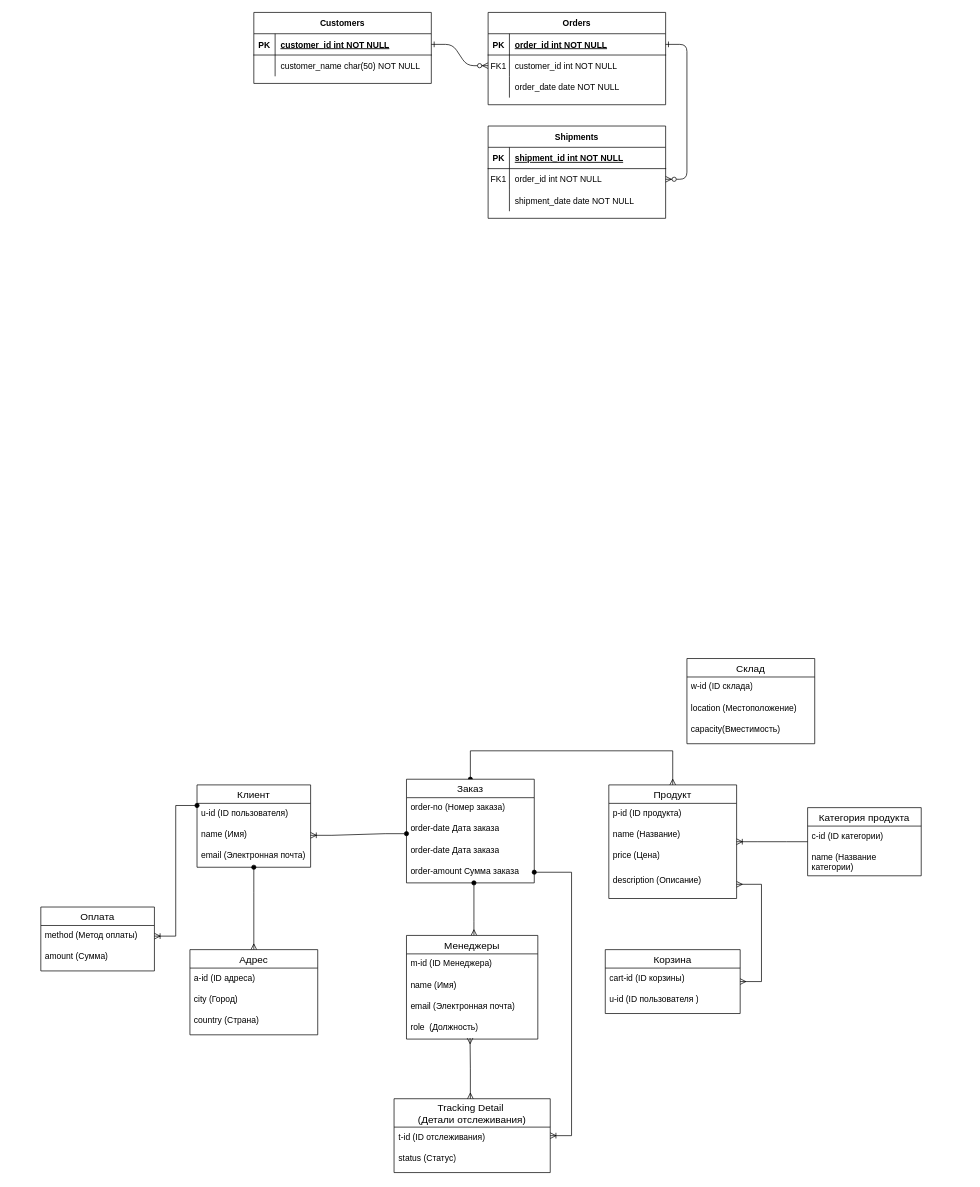
The draw.io diagram obos_6th.drawio in mati-tech/draw.io, before the edit. Source tidied: cells renumbered, new cells numbered last; positions are measured from the earlier drawing's top-left corner, leaving out a move shared by most shapes. Both pictures are drawn from the tidied source at 71%, with x=0, y=0 at pixel (40, 12).
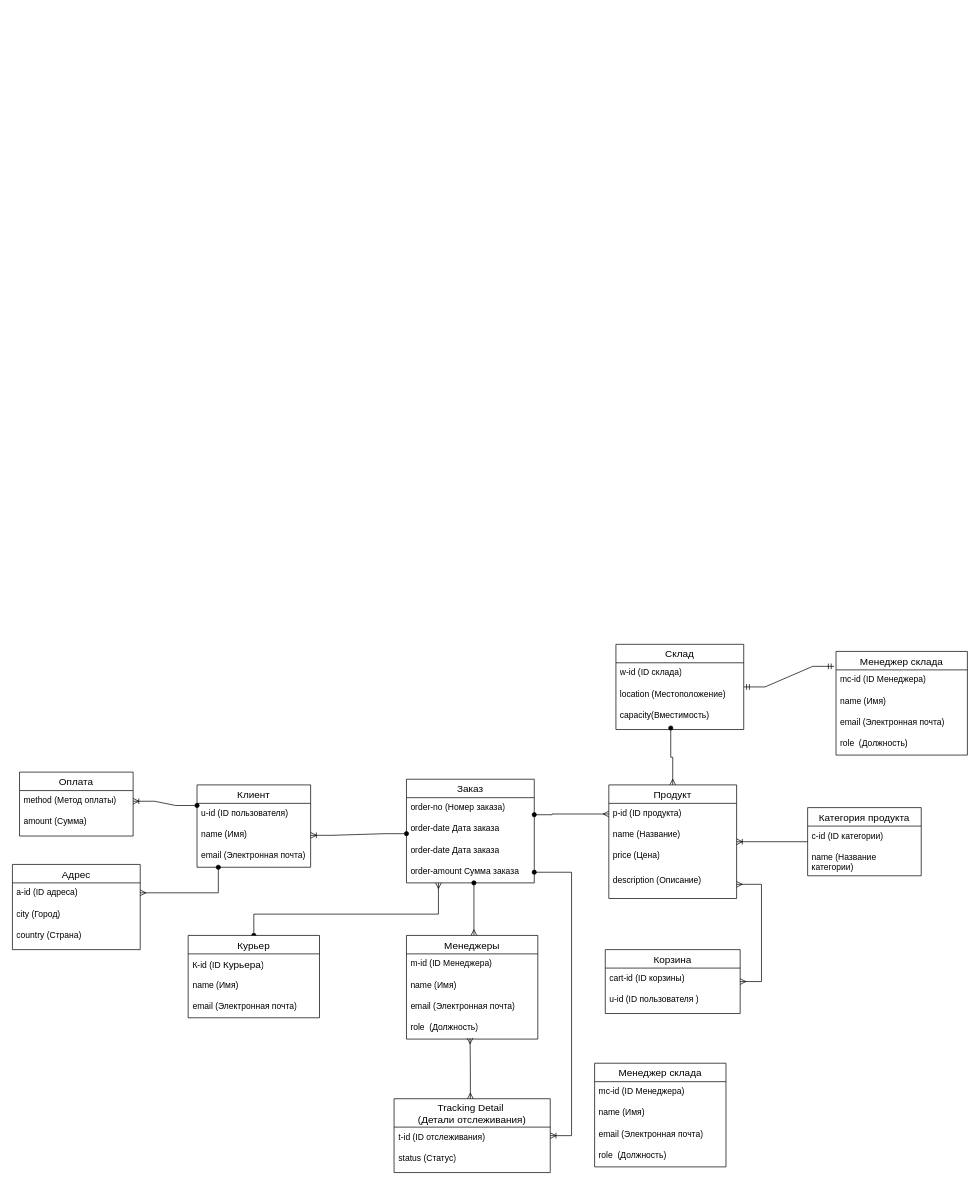
The same page after the edit.

The change refers to these unchanged cells:
```xml
<mxCell id="34" value="email (Электронная почта)&lt;div&gt;&lt;br&gt;&lt;/div&gt;" style="text;strokeColor=none;fillColor=none;spacingLeft=4;spacingRight=4;overflow=hidden;points=[[0,0.5],[1,0.5]];portConstraint=eastwest;fontSize=12;whiteSpace=wrap;html=1;" parent="31" vertex="1">
  <mxGeometry y="86" width="160" height="30" as="geometry" />
</mxCell>
<mxCell id="36" value="Заказ" style="swimlane;fontStyle=0;horizontal=1;startSize=26;align=center;fontSize=14;" parent="1" vertex="1">
  <mxGeometry x="515" y="1080" width="180" height="146" as="geometry" />
</mxCell>
<mxCell id="40" value="order-amount&amp;nbsp;&lt;span style=&quot;background-color: initial;&quot;&gt;Сумма заказа&lt;/span&gt;&lt;div&gt;&lt;span style=&quot;background-color: initial;&quot;&gt;&lt;br&gt;&lt;/span&gt;&lt;/div&gt;" style="text;strokeColor=none;fillColor=none;spacingLeft=4;spacingRight=4;overflow=hidden;points=[[0,0.5],[1,0.5]];portConstraint=eastwest;fontSize=12;whiteSpace=wrap;html=1;" parent="36" vertex="1">
  <mxGeometry y="116" width="180" height="30" as="geometry" />
</mxCell>
<mxCell id="41" value="Продукт" style="swimlane;fontStyle=0;horizontal=1;startSize=26;align=center;fontSize=14;" parent="1" vertex="1">
  <mxGeometry x="800" y="1088" width="180" height="160" as="geometry" />
</mxCell>
<mxCell id="42" value="p-id (&lt;span style=&quot;background-color: initial;&quot;&gt;ID продукта)&lt;/span&gt;&lt;div&gt;&lt;br&gt;&lt;div&gt;&lt;span style=&quot;background-color: initial;&quot;&gt;&lt;br&gt;&lt;/span&gt;&lt;/div&gt;&lt;/div&gt;" style="text;strokeColor=none;fillColor=none;spacingLeft=4;spacingRight=4;overflow=hidden;points=[[0,0.5],[1,0.5]];portConstraint=eastwest;fontSize=12;whiteSpace=wrap;html=1;" parent="41" vertex="1">
  <mxGeometry y="26" width="180" height="30" as="geometry" />
</mxCell>
<mxCell id="78" value="capacity(Вместимость)&lt;div&gt;&lt;span style=&quot;background-color: initial;&quot;&gt;&lt;br&gt;&lt;/span&gt;&lt;/div&gt;" style="text;strokeColor=none;fillColor=none;spacingLeft=4;spacingRight=4;overflow=hidden;points=[[0,0.5],[1,0.5]];portConstraint=eastwest;fontSize=12;whiteSpace=wrap;html=1;" parent="75" vertex="1">
  <mxGeometry y="86" width="180" height="34" as="geometry" />
</mxCell>
```

Change to the diagram source:
```diff
@@
-    <mxCell id="2" style="edgeStyle=entityRelationEdgeStyle;endArrow=ERzeroToMany;startArrow=ERone;endFill=1;startFill=0;" parent="1" edge="1" source="25" target="8">
-      <mxGeometry relative="1" as="geometry" />
-    </mxCell>
-    <mxCell id="3" style="edgeStyle=entityRelationEdgeStyle;endArrow=ERzeroToMany;startArrow=ERone;endFill=1;startFill=0;" parent="1" edge="1" source="5" target="18">
-      <mxGeometry relative="1" as="geometry" />
-    </mxCell>
-    <mxCell id="4" value="Orders" style="shape=table;startSize=30;childLayout=tableLayout;rowLines=0;fontStyle=1;align=center;" parent="1" vertex="1">
-      <mxGeometry x="630" width="250" height="130" as="geometry" />
-    </mxCell>
-    <mxCell id="5" style="shape=partialRectangle;fillColor=none;points=[[0,0.5],[1,0.5]];portConstraint=eastwest;top=0;left=0;right=0;bottom=1;" parent="4" vertex="1">
-      <mxGeometry y="30" width="250" height="30" as="geometry" />
-    </mxCell>
-    <mxCell id="6" value="PK" style="shape=partialRectangle;overflow=hidden;fillColor=none;top=0;left=0;bottom=0;right=0;fontStyle=1;" parent="5" vertex="1">
-      <mxGeometry width="30" height="30" as="geometry" />
-    </mxCell>
-    <mxCell id="7" value="order_id int NOT NULL " style="shape=partialRectangle;overflow=hidden;fillColor=none;top=0;left=0;bottom=0;right=0;align=left;spacingLeft=6;fontStyle=5;" parent="5" vertex="1">
-      <mxGeometry x="30" width="220" height="30" as="geometry" />
-    </mxCell>
-    <mxCell id="8" style="shape=partialRectangle;fillColor=none;points=[[0,0.5],[1,0.5]];portConstraint=eastwest;top=0;left=0;right=0;bottom=0;" parent="4" vertex="1">
-      <mxGeometry y="60" width="250" height="30" as="geometry" />
-    </mxCell>
-    <mxCell id="9" value="FK1" style="shape=partialRectangle;overflow=hidden;fillColor=none;top=0;left=0;bottom=0;right=0;" parent="8" vertex="1">
-      <mxGeometry width="30" height="30" as="geometry" />
-    </mxCell>
-    <mxCell id="10" value="customer_id int NOT NULL" style="shape=partialRectangle;overflow=hidden;fillColor=none;top=0;left=0;bottom=0;right=0;align=left;spacingLeft=6;" parent="8" vertex="1">
-      <mxGeometry x="30" width="220" height="30" as="geometry" />
-    </mxCell>
-    <mxCell id="11" style="shape=partialRectangle;fillColor=none;top=0;left=0;right=0;bottom=0;" parent="4" vertex="1">
-      <mxGeometry y="90" width="250" height="30" as="geometry" />
-    </mxCell>
-    <mxCell id="12" style="shape=partialRectangle;overflow=hidden;fillColor=none;top=0;left=0;bottom=0;right=0;" parent="11" vertex="1">
-      <mxGeometry width="30" height="30" as="geometry" />
-    </mxCell>
-    <mxCell id="13" value="order_date date NOT NULL" style="shape=partialRectangle;overflow=hidden;fillColor=none;top=0;left=0;bottom=0;right=0;align=left;spacingLeft=6;" parent="11" vertex="1">
-      <mxGeometry x="30" width="220" height="30" as="geometry" />
-    </mxCell>
-    <mxCell id="14" value="Shipments" style="shape=table;startSize=30;childLayout=tableLayout;rowLines=0;fontStyle=1;align=center;" parent="1" vertex="1">
-      <mxGeometry x="630" y="160" width="250" height="130" as="geometry" />
-    </mxCell>
-    <mxCell id="15" style="shape=partialRectangle;fillColor=none;top=0;left=0;right=0;bottom=1;" parent="14" vertex="1">
-      <mxGeometry y="30" width="250" height="30" as="geometry" />
-    </mxCell>
-    <mxCell id="16" value="PK" style="shape=partialRectangle;overflow=hidden;fillColor=none;top=0;left=0;bottom=0;right=0;fontStyle=1;" parent="15" vertex="1">
-      <mxGeometry width="30" height="30" as="geometry" />
-    </mxCell>
-    <mxCell id="17" value="shipment_id int NOT NULL " style="shape=partialRectangle;overflow=hidden;fillColor=none;top=0;left=0;bottom=0;right=0;align=left;spacingLeft=6;fontStyle=5;" parent="15" vertex="1">
-      <mxGeometry x="30" width="220" height="30" as="geometry" />
-    </mxCell>
-    <mxCell id="18" style="shape=partialRectangle;fillColor=none;points=[[0,0.5],[1,0.5]];portConstraint=eastwest;top=0;left=0;right=0;bottom=0;" parent="14" vertex="1">
-      <mxGeometry y="60" width="250" height="30" as="geometry" />
-    </mxCell>
-    <mxCell id="19" value="FK1" style="shape=partialRectangle;overflow=hidden;fillColor=none;top=0;left=0;bottom=0;right=0;" parent="18" vertex="1">
-      <mxGeometry width="30" height="30" as="geometry" />
-    </mxCell>
-    <mxCell id="20" value="order_id int NOT NULL" style="shape=partialRectangle;overflow=hidden;fillColor=none;top=0;left=0;bottom=0;right=0;align=left;spacingLeft=6;" parent="18" vertex="1">
-      <mxGeometry x="30" width="220" height="30" as="geometry" />
-    </mxCell>
-    <mxCell id="21" style="shape=partialRectangle;fillColor=none;top=0;left=0;right=0;bottom=0;" parent="14" vertex="1">
-      <mxGeometry y="90" width="250" height="30" as="geometry" />
-    </mxCell>
-    <mxCell id="22" style="shape=partialRectangle;overflow=hidden;fillColor=none;top=0;left=0;bottom=0;right=0;" parent="21" vertex="1">
-      <mxGeometry width="30" height="30" as="geometry" />
-    </mxCell>
-    <mxCell id="23" value="shipment_date date NOT NULL" style="shape=partialRectangle;overflow=hidden;fillColor=none;top=0;left=0;bottom=0;right=0;align=left;spacingLeft=6;" parent="21" vertex="1">
-      <mxGeometry x="30" width="220" height="30" as="geometry" />
-    </mxCell>
-    <mxCell id="24" value="Customers" style="shape=table;startSize=30;childLayout=tableLayout;rowLines=0;fontStyle=1;align=center;" parent="1" vertex="1">
-      <mxGeometry x="300" width="250" height="100" as="geometry" />
-    </mxCell>
-    <mxCell id="25" style="shape=partialRectangle;fillColor=none;points=[[0,0.5],[1,0.5]];portConstraint=eastwest;top=0;left=0;right=0;bottom=1;" parent="24" vertex="1">
-      <mxGeometry y="30" width="250" height="30" as="geometry" />
-    </mxCell>
-    <mxCell id="26" value="PK" style="shape=partialRectangle;overflow=hidden;fillColor=none;top=0;left=0;bottom=0;right=0;fontStyle=1;" parent="25" vertex="1">
-      <mxGeometry width="30" height="30" as="geometry" />
-    </mxCell>
-    <mxCell id="27" value="customer_id int NOT NULL " style="shape=partialRectangle;overflow=hidden;fillColor=none;top=0;left=0;bottom=0;right=0;align=left;spacingLeft=6;fontStyle=5;" parent="25" vertex="1">
-      <mxGeometry x="30" width="220" height="30" as="geometry" />
-    </mxCell>
-    <mxCell id="28" style="shape=partialRectangle;fillColor=none;top=0;left=0;right=0;bottom=0;" parent="24" vertex="1">
-      <mxGeometry y="60" width="250" height="30" as="geometry" />
-    </mxCell>
-    <mxCell id="29" style="shape=partialRectangle;overflow=hidden;fillColor=none;top=0;left=0;bottom=0;right=0;" parent="28" vertex="1">
-      <mxGeometry width="30" height="30" as="geometry" />
-    </mxCell>
-    <mxCell id="30" value="customer_name char(50) NOT NULL" style="shape=partialRectangle;overflow=hidden;fillColor=none;top=0;left=0;bottom=0;right=0;align=left;spacingLeft=6;" parent="28" vertex="1">
-      <mxGeometry x="30" width="220" height="30" as="geometry" />
-    </mxCell>
@@
-    <mxCell id="35" style="edgeStyle=orthogonalEdgeStyle;rounded=0;jettySize=auto;html=1;entryX=0.5;entryY=0;entryDx=0;entryDy=0;startArrow=oval;startFill=1;endArrow=ERmany;endFill=0;" parent="1" edge="1" source="36" target="41">
+    <mxCell id="35" style="edgeStyle=orthogonalEdgeStyle;rounded=0;jettySize=auto;html=1;entryX=0;entryY=0.5;entryDx=0;entryDy=0;startArrow=oval;startFill=1;endArrow=ERmany;endFill=0;" parent="1" edge="1" source="36" target="42">
       <mxGeometry relative="1" as="geometry">
         <Array as="points">
-          <mxPoint x="605" y="1040" />
-          <mxPoint x="890" y="1040" />
+          <mxPoint x="720" y="1130" />
         </Array>
       </mxGeometry>
     </mxCell>
@@
     <mxCell id="49" value="Оплата" style="swimlane;fontStyle=0;horizontal=1;startSize=26;align=center;fontSize=14;" parent="1" vertex="1">
-      <mxGeometry y="1260" width="160" height="90" as="geometry" />
+      <mxGeometry x="-30" y="1070" width="160" height="90" as="geometry" />
     </mxCell>
@@
     <mxCell id="52" style="edgeStyle=orthogonalEdgeStyle;rounded=0;jettySize=auto;html=1;startArrow=ERmany;startFill=0;endArrow=oval;endFill=1;" parent="1" edge="1" source="53" target="34">
       <mxGeometry relative="1" as="geometry">
         <Array as="points">
-          <mxPoint x="300" y="1240" />
-          <mxPoint x="300" y="1240" />
+          <mxPoint x="250" y="1240" />
         </Array>
       </mxGeometry>
     </mxCell>
     <mxCell id="53" value="Адрес" style="swimlane;fontStyle=0;horizontal=1;startSize=26;align=center;fontSize=14;" parent="1" vertex="1">
-      <mxGeometry x="210" y="1320" width="180" height="120" as="geometry" />
+      <mxGeometry x="-40" y="1200" width="180" height="120" as="geometry" />
     </mxCell>
@@
     <mxCell id="75" value="Склад " style="swimlane;fontStyle=0;horizontal=1;startSize=26;align=center;fontSize=14;" parent="1" vertex="1">
-      <mxGeometry x="910" y="910" width="180" height="120" as="geometry" />
+      <mxGeometry x="810" y="890" width="180" height="120" as="geometry" />
     </mxCell>
@@
+    <mxCell id="79" value="Менеджер склада" style="swimlane;fontStyle=0;horizontal=1;startSize=26;align=center;fontSize=14;" parent="1" vertex="1">
+      <mxGeometry x="1120" y="900" width="185" height="146" as="geometry" />
+    </mxCell>
+    <mxCell id="80" value="mс-id (&lt;span style=&quot;background-color: initial;&quot;&gt;ID Менеджера&lt;/span&gt;&lt;span style=&quot;background-color: initial;&quot;&gt;)&lt;/span&gt;&lt;div&gt;&lt;div&gt;&lt;br&gt;&lt;div&gt;&lt;span style=&quot;background-color: initial;&quot;&gt;&lt;br&gt;&lt;/span&gt;&lt;/div&gt;&lt;/div&gt;&lt;/div&gt;" style="text;strokeColor=none;fillColor=none;spacingLeft=4;spacingRight=4;overflow=hidden;fontSize=12;whiteSpace=wrap;html=1;" parent="79" vertex="1">
+      <mxGeometry y="26" width="185" height="30" as="geometry" />
+    </mxCell>
+    <mxCell id="81" value="name (Имя)&lt;div&gt;&lt;br&gt;&lt;/div&gt;" style="text;strokeColor=none;fillColor=none;spacingLeft=4;spacingRight=4;overflow=hidden;fontSize=12;whiteSpace=wrap;html=1;" parent="79" vertex="1">
+      <mxGeometry y="56" width="185" height="30" as="geometry" />
+    </mxCell>
+    <mxCell id="82" value="email (Электронная почта)&lt;div&gt;&lt;br&gt;&lt;/div&gt;" style="text;strokeColor=none;fillColor=none;spacingLeft=4;spacingRight=4;overflow=hidden;fontSize=12;whiteSpace=wrap;html=1;" parent="79" vertex="1">
+      <mxGeometry y="86" width="185" height="30" as="geometry" />
+    </mxCell>
+    <mxCell id="83" value="role&amp;nbsp; (Должность)&lt;div&gt;&lt;br&gt;&lt;/div&gt;" style="text;strokeColor=none;fillColor=none;spacingLeft=4;spacingRight=4;overflow=hidden;fontSize=12;whiteSpace=wrap;html=1;" parent="79" vertex="1">
+      <mxGeometry y="116" width="185" height="30" as="geometry" />
+    </mxCell>
+    <mxCell id="84" style="edgeStyle=orthogonalEdgeStyle;rounded=0;jettySize=auto;html=1;entryX=0.429;entryY=0.941;entryDx=0;entryDy=0;entryPerimeter=0;endArrow=oval;endFill=1;startArrow=ERmany;startFill=0;" parent="1" edge="1" source="41" target="78">
+      <mxGeometry relative="1" as="geometry">
+        <Array as="points">
+          <mxPoint x="890" y="1049" />
+          <mxPoint x="887" y="1049" />
+        </Array>
+      </mxGeometry>
+    </mxCell>
+    <mxCell id="85" style="edgeStyle=entityRelationEdgeStyle;fontSize=12;html=1;endArrow=ERmandOne;startArrow=ERmandOne;rounded=0;entryX=-0.015;entryY=0.144;entryDx=0;entryDy=0;entryPerimeter=0;" parent="1" edge="1" source="75" target="79">
+      <mxGeometry relative="1" as="geometry" />
+    </mxCell>
+    <mxCell id="86" value="Менеджер склада" style="swimlane;fontStyle=0;horizontal=1;startSize=26;align=center;fontSize=14;" parent="1" vertex="1">
+      <mxGeometry x="780" y="1480" width="185" height="146" as="geometry" />
+    </mxCell>
+    <mxCell id="87" value="mс-id (&lt;span style=&quot;background-color: initial;&quot;&gt;ID Менеджера&lt;/span&gt;&lt;span style=&quot;background-color: initial;&quot;&gt;)&lt;/span&gt;&lt;div&gt;&lt;div&gt;&lt;br&gt;&lt;div&gt;&lt;span style=&quot;background-color: initial;&quot;&gt;&lt;br&gt;&lt;/span&gt;&lt;/div&gt;&lt;/div&gt;&lt;/div&gt;" style="text;strokeColor=none;fillColor=none;spacingLeft=4;spacingRight=4;overflow=hidden;fontSize=12;whiteSpace=wrap;html=1;" parent="86" vertex="1">
+      <mxGeometry y="26" width="185" height="30" as="geometry" />
+    </mxCell>
+    <mxCell id="88" value="name (Имя)&lt;div&gt;&lt;br&gt;&lt;/div&gt;" style="text;strokeColor=none;fillColor=none;spacingLeft=4;spacingRight=4;overflow=hidden;fontSize=12;whiteSpace=wrap;html=1;" parent="86" vertex="1">
+      <mxGeometry y="56" width="185" height="30" as="geometry" />
+    </mxCell>
+    <mxCell id="89" value="email (Электронная почта)&lt;div&gt;&lt;br&gt;&lt;/div&gt;" style="text;strokeColor=none;fillColor=none;spacingLeft=4;spacingRight=4;overflow=hidden;fontSize=12;whiteSpace=wrap;html=1;" parent="86" vertex="1">
+      <mxGeometry y="86" width="185" height="30" as="geometry" />
+    </mxCell>
+    <mxCell id="90" value="role&amp;nbsp; (Должность)&lt;div&gt;&lt;br&gt;&lt;/div&gt;" style="text;strokeColor=none;fillColor=none;spacingLeft=4;spacingRight=4;overflow=hidden;fontSize=12;whiteSpace=wrap;html=1;" parent="86" vertex="1">
+      <mxGeometry y="116" width="185" height="30" as="geometry" />
+    </mxCell>
+    <mxCell id="91" style="edgeStyle=orthogonalEdgeStyle;rounded=0;jettySize=auto;html=1;startArrow=oval;startFill=1;endArrow=ERmany;endFill=0;" parent="1" edge="1" source="92" target="40">
+      <mxGeometry relative="1" as="geometry">
+        <Array as="points">
+          <mxPoint x="300" y="1270" />
+          <mxPoint x="560" y="1270" />
+        </Array>
+      </mxGeometry>
+    </mxCell>
+    <mxCell id="92" value="Курьер" style="swimlane;fontStyle=0;horizontal=1;startSize=26;align=center;fontSize=14;" parent="1" vertex="1">
+      <mxGeometry x="207.5" y="1300" width="185" height="116" as="geometry" />
+    </mxCell>
+    <mxCell id="93" value="К-id (&lt;span style=&quot;background-color: initial;&quot;&gt;ID&amp;nbsp;&lt;/span&gt;&lt;span style=&quot;font-size: 14px; text-align: center; text-wrap-mode: nowrap;&quot;&gt;Курьера&lt;/span&gt;&lt;span style=&quot;background-color: initial;&quot;&gt;)&lt;/span&gt;&lt;div&gt;&lt;div&gt;&lt;br&gt;&lt;div&gt;&lt;span style=&quot;background-color: initial;&quot;&gt;&lt;br&gt;&lt;/span&gt;&lt;/div&gt;&lt;/div&gt;&lt;/div&gt;" style="text;strokeColor=none;fillColor=none;spacingLeft=4;spacingRight=4;overflow=hidden;fontSize=12;whiteSpace=wrap;html=1;" parent="92" vertex="1">
+      <mxGeometry y="26" width="185" height="30" as="geometry" />
+    </mxCell>
+    <mxCell id="94" value="name (Имя)&lt;div&gt;&lt;br&gt;&lt;/div&gt;" style="text;strokeColor=none;fillColor=none;spacingLeft=4;spacingRight=4;overflow=hidden;fontSize=12;whiteSpace=wrap;html=1;" parent="92" vertex="1">
+      <mxGeometry y="56" width="185" height="30" as="geometry" />
+    </mxCell>
+    <mxCell id="95" value="email (Электронная почта)&lt;div&gt;&lt;br&gt;&lt;/div&gt;" style="text;strokeColor=none;fillColor=none;spacingLeft=4;spacingRight=4;overflow=hidden;fontSize=12;whiteSpace=wrap;html=1;" parent="92" vertex="1">
+      <mxGeometry y="86" width="185" height="30" as="geometry" />
+    </mxCell>
```
